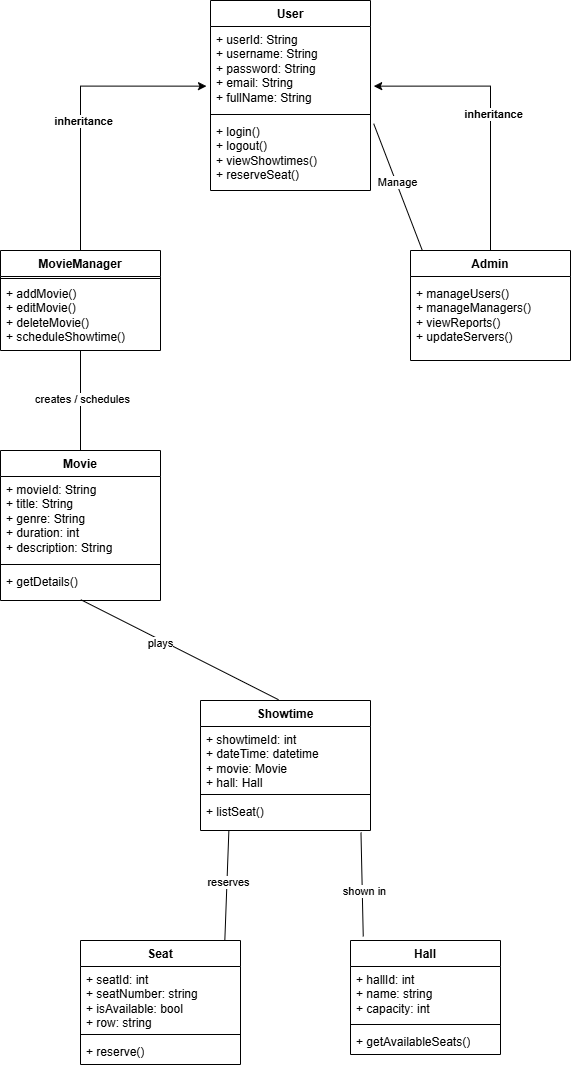
The draw.io diagram Session 3/ClassDiagram UML/ClassDiagram.drawio.png in jokar6699/Software-engineering, before a commit. Source tidied: cells renumbered, new cells last; positions are measured from the earlier drawing's top-left corner, leaving out a move shared by most shapes.
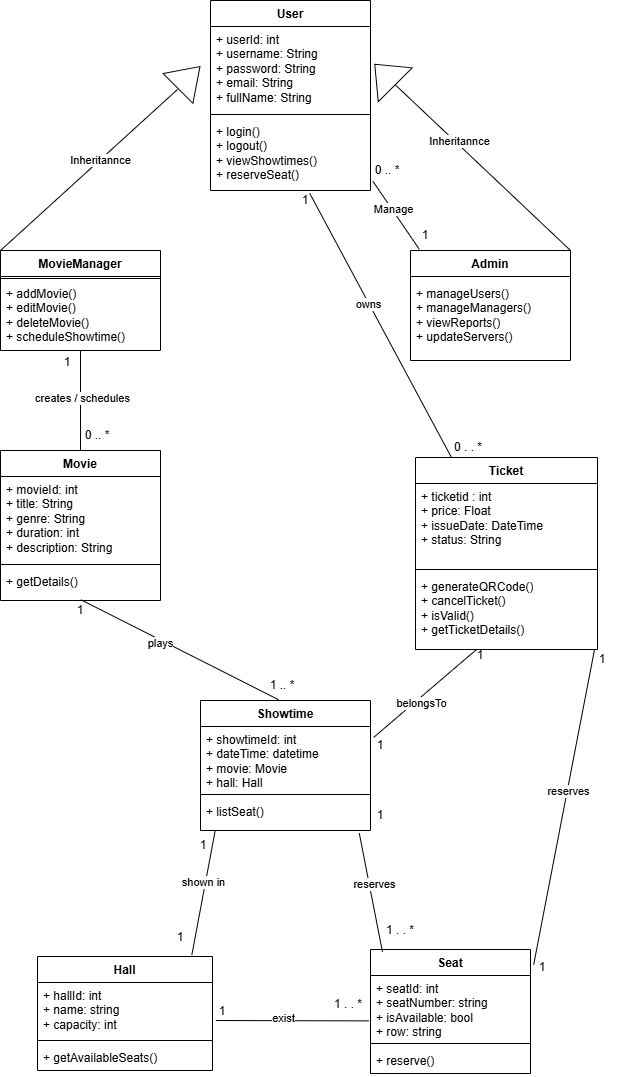
The same diagram one commit later.

What changed in the source:
```diff
@@ -5,7 +5,7 @@
     <mxCell id="2" value="User" style="swimlane;fontStyle=1;align=center;verticalAlign=top;horizontal=1;startSize=26;whiteSpace=wrap;html=1;" parent="1" vertex="1">
       <mxGeometry x="210" width="160" height="190" as="geometry" />
     </mxCell>
-    <mxCell id="3" value="&lt;div&gt;+ userId: String&lt;/div&gt;&lt;div&gt;+ username: String&lt;/div&gt;&lt;div&gt;+ password: String&lt;/div&gt;&lt;div&gt;+ email: String&lt;/div&gt;&lt;div&gt;+ fullName: String&lt;/div&gt;" style="text;strokeColor=none;fillColor=none;align=left;verticalAlign=top;spacingLeft=4;spacingRight=4;overflow=hidden;points=[[0,0.5],[1,0.5]];portConstraint=eastwest;whiteSpace=wrap;html=1;" parent="2" vertex="1">
+    <mxCell id="3" value="&lt;div&gt;+ userId: int&lt;/div&gt;&lt;div&gt;+ username: String&lt;/div&gt;&lt;div&gt;+ password: String&lt;/div&gt;&lt;div&gt;+ email: String&lt;/div&gt;&lt;div&gt;+ fullName: String&lt;/div&gt;" style="text;strokeColor=none;fillColor=none;align=left;verticalAlign=top;spacingLeft=4;spacingRight=4;overflow=hidden;points=[[0,0.5],[1,0.5]];portConstraint=eastwest;whiteSpace=wrap;html=1;" parent="2" vertex="1">
       <mxGeometry y="26" width="160" height="84" as="geometry" />
     </mxCell>
     <mxCell id="4" style="line;strokeWidth=1;fillColor=none;align=left;verticalAlign=middle;spacingTop=-1;spacingLeft=3;spacingRight=3;labelPosition=right;strokeColor=inherit;" parent="2" vertex="1">
@@ -17,7 +17,7 @@
     <mxCell id="6" value="Movie" style="swimlane;fontStyle=1;align=center;verticalAlign=top;horizontal=1;startSize=26;whiteSpace=wrap;html=1;" parent="1" vertex="1">
       <mxGeometry y="450" width="160" height="150" as="geometry" />
     </mxCell>
-    <mxCell id="7" value="&lt;div&gt;+ movieId: String&lt;/div&gt;&lt;div&gt;+ title: String&lt;/div&gt;&lt;div&gt;+ genre: String&lt;/div&gt;&lt;div&gt;+ duration: int&lt;/div&gt;&lt;div&gt;+ description: String&lt;/div&gt;" style="text;strokeColor=none;fillColor=none;align=left;verticalAlign=top;spacingLeft=4;spacingRight=4;overflow=hidden;whiteSpace=wrap;html=1;" parent="6" vertex="1">
+    <mxCell id="7" value="&lt;div&gt;+ movieId: int&lt;/div&gt;&lt;div&gt;+ title: String&lt;/div&gt;&lt;div&gt;+ genre: String&lt;/div&gt;&lt;div&gt;+ duration: int&lt;/div&gt;&lt;div&gt;+ description: String&lt;/div&gt;" style="text;strokeColor=none;fillColor=none;align=left;verticalAlign=top;spacingLeft=4;spacingRight=4;overflow=hidden;whiteSpace=wrap;html=1;" parent="6" vertex="1">
       <mxGeometry y="26" width="160" height="84" as="geometry" />
     </mxCell>
     <mxCell id="8" style="line;strokeWidth=1;fillColor=none;align=left;verticalAlign=middle;spacingTop=-1;spacingLeft=3;spacingRight=3;labelPosition=right;strokeColor=inherit;" parent="6" vertex="1">
@@ -39,7 +39,7 @@
       <mxGeometry y="98" width="170" height="32" as="geometry" />
     </mxCell>
     <mxCell id="14" value="Seat" style="swimlane;fontStyle=1;align=center;verticalAlign=top;horizontal=1;startSize=26;whiteSpace=wrap;html=1;" parent="1" vertex="1">
-      <mxGeometry x="80" y="940" width="160" height="124" as="geometry" />
+      <mxGeometry x="370" y="949" width="160" height="124" as="geometry" />
     </mxCell>
     <mxCell id="15" value="&lt;div&gt;+ seatId: int&lt;/div&gt;&lt;div&gt;+ seatNumber: string&lt;/div&gt;&lt;div&gt;+ isAvailable: bool&lt;/div&gt;&lt;div&gt;+ row: string&lt;/div&gt;&lt;div&gt;&lt;br&gt;&lt;/div&gt;" style="text;strokeColor=none;fillColor=none;align=left;verticalAlign=top;spacingLeft=4;spacingRight=4;overflow=hidden;points=[[0,0.5],[1,0.5]];portConstraint=eastwest;whiteSpace=wrap;html=1;flipH=1;" parent="14" vertex="1">
       <mxGeometry y="26" width="160" height="64" as="geometry" />
@@ -51,23 +51,17 @@
       <mxGeometry y="98" width="160" height="26" as="geometry" />
     </mxCell>
     <mxCell id="18" value="Hall" style="swimlane;fontStyle=1;align=center;verticalAlign=top;horizontal=1;startSize=26;whiteSpace=wrap;html=1;" parent="1" vertex="1">
-      <mxGeometry x="350" y="940" width="150" height="114" as="geometry" />
+      <mxGeometry x="37" y="956" width="175" height="114" as="geometry" />
     </mxCell>
     <mxCell id="19" value="&lt;div&gt;+ hallId: int&lt;/div&gt;&lt;div&gt;+ name: string&lt;/div&gt;&lt;div&gt;+ capacity: int&lt;/div&gt;" style="text;strokeColor=none;fillColor=none;align=left;verticalAlign=top;spacingLeft=4;spacingRight=4;overflow=hidden;points=[[0,0.5],[1,0.5]];portConstraint=eastwest;whiteSpace=wrap;html=1;" parent="18" vertex="1">
-      <mxGeometry y="26" width="150" height="54" as="geometry" />
+      <mxGeometry y="26" width="175" height="54" as="geometry" />
     </mxCell>
     <mxCell id="20" style="line;strokeWidth=1;fillColor=none;align=left;verticalAlign=middle;spacingTop=-1;spacingLeft=3;spacingRight=3;labelPosition=right;strokeColor=inherit;" parent="18" vertex="1">
-      <mxGeometry y="80" width="150" height="8" as="geometry" />
+      <mxGeometry y="80" width="175" height="8" as="geometry" />
     </mxCell>
     <mxCell id="21" value="+ getAvailableSeats()" style="text;strokeColor=none;fillColor=none;align=left;verticalAlign=top;spacingLeft=4;spacingRight=4;overflow=hidden;whiteSpace=wrap;html=1;" parent="18" vertex="1">
-      <mxGeometry y="88" width="150" height="26" as="geometry" />
+      <mxGeometry y="88" width="175" height="26" as="geometry" />
     </mxCell>
-    <mxCell id="22" style="edgeStyle=orthogonalEdgeStyle;rounded=0;jettySize=auto;html=1;entryX=1.02;entryY=0.71;entryDx=0;entryDy=0;entryPerimeter=0;" parent="1" edge="1" source="24" target="3">
-      <mxGeometry relative="1" as="geometry" />
-    </mxCell>
-    <mxCell id="23" value="&lt;b&gt;inheritance&lt;/b&gt;" style="edgeLabel;html=1;align=center;verticalAlign=middle;" parent="22" vertex="1">
-      <mxGeometry x="-0.02" y="-2" relative="1" as="geometry" />
-    </mxCell>
     <mxCell id="24" value="Admin" style="swimlane;fontStyle=1;align=center;verticalAlign=top;horizontal=1;startSize=26;whiteSpace=wrap;html=1;" parent="1" vertex="1">
       <mxGeometry x="410" y="250" width="160" height="110" as="geometry" />
     </mxCell>
@@ -89,12 +83,6 @@
     <mxCell id="30" value="&lt;div&gt;+ addMovie()&lt;/div&gt;&lt;div&gt;+ editMovie()&lt;/div&gt;&lt;div&gt;+ deleteMovie()&lt;/div&gt;&lt;div&gt;+ scheduleShowtime()&lt;/div&gt;" style="text;strokeColor=none;fillColor=none;align=left;verticalAlign=top;spacingLeft=4;spacingRight=4;overflow=hidden;whiteSpace=wrap;html=1;" parent="28" vertex="1">
       <mxGeometry y="30" width="160" height="70" as="geometry" />
     </mxCell>
-    <mxCell id="31" style="edgeStyle=orthogonalEdgeStyle;rounded=0;jettySize=auto;html=1;entryX=-0.025;entryY=0.71;entryDx=0;entryDy=0;entryPerimeter=0;" parent="1" edge="1" source="28" target="3">
-      <mxGeometry relative="1" as="geometry" />
-    </mxCell>
-    <mxCell id="32" value="&lt;b&gt;inheritance&lt;/b&gt;" style="edgeLabel;html=1;align=center;verticalAlign=middle;" parent="31" vertex="1">
-      <mxGeometry x="-0.1" y="-2" relative="1" as="geometry" />
-    </mxCell>
     <mxCell id="33" style="endArrow=none;html=1;rounded=0;exitX=0.5;exitY=0;exitDx=0;exitDy=0;" parent="1" edge="1" source="6">
       <mxGeometry relative="1" as="geometry">
         <mxPoint x="80" y="350" as="targetPoint" />
@@ -109,23 +97,135 @@
     <mxCell id="36" value="plays" style="edgeLabel;html=1;align=center;verticalAlign=middle;" parent="35" vertex="1">
       <mxGeometry x="0.18" y="3" relative="1" as="geometry" />
     </mxCell>
-    <mxCell id="37" style="endArrow=none;html=1;rounded=0;exitX=0.902;exitY=0;exitDx=0;exitDy=0;exitPerimeter=0;entryX=0.167;entryY=0.988;entryDx=0;entryDy=0;entryPerimeter=0;" parent="1" edge="1" source="14" target="13">
-      <mxGeometry relative="1" as="geometry" />
-    </mxCell>
-    <mxCell id="38" value="reserves" style="edgeLabel;html=1;align=center;verticalAlign=middle;" parent="37" vertex="1">
-      <mxGeometry x="0.07" y="-1" relative="1" as="geometry" />
-    </mxCell>
+    <mxCell id="43" style="triangle;whiteSpace=wrap;html=1;rotation=-45;" parent="1" vertex="1">
+      <mxGeometry x="173" y="56" width="31" height="42" as="geometry" />
+    </mxCell>
+    <mxCell id="44" style="triangle;whiteSpace=wrap;html=1;rotation=-135;" parent="1" vertex="1">
+      <mxGeometry x="370" y="50" width="29" height="48" as="geometry" />
+    </mxCell>
+    <mxCell id="45" style="endArrow=none;html=1;rounded=0;exitX=0;exitY=0;exitDx=0;exitDy=0;" parent="1" edge="1" source="28">
+      <mxGeometry relative="1" as="geometry">
+        <mxPoint x="177" y="89" as="targetPoint" />
+      </mxGeometry>
+    </mxCell>
+    <mxCell id="46" value="Inheritannce" style="edgeLabel;html=1;align=center;verticalAlign=middle;" parent="45" vertex="1">
+      <mxGeometry x="0.13" relative="1" as="geometry" />
+    </mxCell>
+    <mxCell id="47" style="endArrow=none;html=1;rounded=0;exitX=1;exitY=0;exitDx=0;exitDy=0;entryX=0;entryY=0.5;entryDx=0;entryDy=0;" parent="1" edge="1" source="24" target="44">
+      <mxGeometry relative="1" as="geometry" />
+    </mxCell>
+    <mxCell id="48" value="Inheritannce" style="edgeLabel;html=1;align=center;verticalAlign=middle;" parent="47" vertex="1">
+      <mxGeometry x="0.31" y="-3" relative="1" as="geometry" />
+    </mxCell>
+    <mxCell id="49" style="endArrow=none;html=1;rounded=0;exitX=1.015;exitY=0.872;exitDx=0;exitDy=0;exitPerimeter=0;entryX=0.055;entryY=-0.011;entryDx=0;entryDy=0;entryPerimeter=0;" parent="1" edge="1" source="5" target="24">
+      <mxGeometry relative="1" as="geometry" />
+    </mxCell>
+    <mxCell id="42" value="Manage" style="edgeLabel;html=1;align=center;verticalAlign=middle;" parent="49" vertex="1">
+      <mxGeometry x="-0.17" y="1" relative="1" as="geometry" />
+    </mxCell>
+    <mxCell id="50" value="0 .. *" style="text;html=1;align=center;verticalAlign=middle;whiteSpace=wrap;rounded=0;" parent="1" vertex="1">
+      <mxGeometry x="357" y="155" width="60" height="30" as="geometry" />
+    </mxCell>
+    <mxCell id="51" value="1" style="text;html=1;align=center;verticalAlign=middle;whiteSpace=wrap;rounded=0;" parent="1" vertex="1">
+      <mxGeometry x="395" y="220" width="60" height="30" as="geometry" />
+    </mxCell>
+    <mxCell id="52" value="1" style="text;html=1;align=center;verticalAlign=middle;whiteSpace=wrap;rounded=0;" parent="1" vertex="1">
+      <mxGeometry x="50" y="595" width="60" height="30" as="geometry" />
+    </mxCell>
+    <mxCell id="53" value="1 .. *" style="text;html=1;align=center;verticalAlign=middle;whiteSpace=wrap;rounded=0;" parent="1" vertex="1">
+      <mxGeometry x="252" y="670" width="60" height="30" as="geometry" />
+    </mxCell>
+    <mxCell id="54" value="1" style="text;html=1;align=center;verticalAlign=middle;whiteSpace=wrap;rounded=0;" parent="1" vertex="1">
+      <mxGeometry x="37" y="347" width="60" height="30" as="geometry" />
+    </mxCell>
+    <mxCell id="55" value="0 .. *" style="text;html=1;align=center;verticalAlign=middle;whiteSpace=wrap;rounded=0;" parent="1" vertex="1">
+      <mxGeometry x="67" y="420" width="60" height="30" as="geometry" />
+    </mxCell>
+    <mxCell id="56" value="Ticket" style="swimlane;fontStyle=1;align=center;verticalAlign=top;horizontal=1;startSize=26;whiteSpace=wrap;html=1;" parent="1" vertex="1">
+      <mxGeometry x="415" y="457" width="182" height="192" as="geometry" />
+    </mxCell>
+    <mxCell id="57" value="+ ticketid : int&lt;div&gt;+ price: Float&lt;/div&gt;&lt;div&gt;+ issueDate: DateTime&lt;/div&gt;&lt;div&gt;+ status: String&amp;nbsp;&lt;/div&gt;" style="text;strokeColor=none;fillColor=none;align=left;verticalAlign=top;spacingLeft=4;spacingRight=4;overflow=hidden;whiteSpace=wrap;html=1;" parent="56" vertex="1">
+      <mxGeometry y="26" width="182" height="82" as="geometry" />
+    </mxCell>
+    <mxCell id="58" style="line;strokeWidth=1;fillColor=none;align=left;verticalAlign=middle;spacingTop=-1;spacingLeft=3;spacingRight=3;labelPosition=right;strokeColor=inherit;" parent="56" vertex="1">
+      <mxGeometry y="108" width="182" height="8" as="geometry" />
+    </mxCell>
+    <mxCell id="59" value="+ generateQRCode()&lt;div&gt;+ cancelTicket()&lt;/div&gt;&lt;div&gt;+ isValid()&lt;/div&gt;&lt;div&gt;+ getTicketDetails()&lt;/div&gt;" style="text;strokeColor=none;fillColor=none;align=left;verticalAlign=top;spacingLeft=4;spacingRight=4;overflow=hidden;points=[[0,0.5],[1,0.5]];portConstraint=eastwest;whiteSpace=wrap;html=1;" parent="56" vertex="1">
+      <mxGeometry y="116" width="182" height="76" as="geometry" />
+    </mxCell>
+    <mxCell id="60" style="endArrow=none;html=1;rounded=0;entryX=0.62;entryY=1.039;entryDx=0;entryDy=0;entryPerimeter=0;exitX=0.197;exitY=-0.001;exitDx=0;exitDy=0;exitPerimeter=0;" parent="1" edge="1" source="56" target="5">
+      <mxGeometry relative="1" as="geometry" />
+    </mxCell>
+    <mxCell id="61" value="owns" style="edgeLabel;html=1;align=center;verticalAlign=middle;" parent="60" vertex="1">
+      <mxGeometry x="0.17" y="1" relative="1" as="geometry" />
+    </mxCell>
+    <mxCell id="62" value="1" style="text;html=1;align=center;verticalAlign=middle;whiteSpace=wrap;rounded=0;" parent="1" vertex="1">
+      <mxGeometry x="275" y="185" width="60" height="30" as="geometry" />
+    </mxCell>
+    <mxCell id="63" value="0 . . *" style="text;html=1;align=center;verticalAlign=middle;whiteSpace=wrap;rounded=0;" parent="1" vertex="1">
+      <mxGeometry x="438" y="432" width="60" height="30" as="geometry" />
+    </mxCell>
+    <mxCell id="64" style="endArrow=none;html=1;rounded=0;entryX=0.337;entryY=0.997;entryDx=0;entryDy=0;entryPerimeter=0;exitX=1.019;exitY=0.169;exitDx=0;exitDy=0;exitPerimeter=0;" parent="1" edge="1" source="11" target="59">
+      <mxGeometry relative="1" as="geometry" />
+    </mxCell>
+    <mxCell id="65" value="belongsTo" style="edgeLabel;html=1;align=center;verticalAlign=middle;" parent="64" vertex="1">
+      <mxGeometry x="-0.13" y="-4" relative="1" as="geometry" />
+    </mxCell>
+    <mxCell id="66" value="1" style="text;html=1;align=center;verticalAlign=middle;whiteSpace=wrap;rounded=0;" parent="1" vertex="1">
+      <mxGeometry x="450" y="640" width="60" height="30" as="geometry" />
+    </mxCell>
+    <mxCell id="67" value="1" style="text;html=1;align=center;verticalAlign=middle;whiteSpace=wrap;rounded=0;" parent="1" vertex="1">
+      <mxGeometry x="350" y="730" width="60" height="30" as="geometry" />
+    </mxCell>
-    <mxCell id="39" style="endArrow=none;html=1;rounded=0;exitX=0.085;exitY=-0.035;exitDx=0;exitDy=0;exitPerimeter=0;entryX=0.944;entryY=1.063;entryDx=0;entryDy=0;entryPerimeter=0;" parent="1" edge="1" source="18" target="13">
+    <mxCell id="39" style="endArrow=none;html=1;rounded=0;exitX=0.882;exitY=-0.014;exitDx=0;exitDy=0;exitPerimeter=0;entryX=0.087;entryY=0.987;entryDx=0;entryDy=0;entryPerimeter=0;" parent="1" edge="1" source="18" target="13">
       <mxGeometry relative="1" as="geometry" />
     </mxCell>
     <mxCell id="40" value="shown in" style="edgeLabel;html=1;align=center;verticalAlign=middle;" parent="39" vertex="1">
-      <mxGeometry x="-0.13" y="-2" relative="1" as="geometry" />
+      <mxGeometry x="0.17" y="3" relative="1" as="geometry" />
     </mxCell>
-    <mxCell id="41" style="endArrow=none;html=1;rounded=0;exitX=0.075;exitY=0.004;exitDx=0;exitDy=0;exitPerimeter=0;entryX=1.02;entryY=0.072;entryDx=0;entryDy=0;entryPerimeter=0;" parent="1" edge="1" source="24" target="5">
-      <mxGeometry relative="1" as="geometry" />
-    </mxCell>
-    <mxCell id="42" value="Manage" style="edgeLabel;html=1;align=center;verticalAlign=middle;" parent="41" vertex="1">
-      <mxGeometry x="0.07" y="-1" relative="1" as="geometry" />
-    </mxCell>
+    <mxCell id="37" style="endArrow=none;html=1;rounded=0;entryX=0.934;entryY=1.087;entryDx=0;entryDy=0;entryPerimeter=0;exitX=0.075;exitY=0.021;exitDx=0;exitDy=0;exitPerimeter=0;" parent="1" edge="1" source="14" target="13">
+      <mxGeometry relative="1" as="geometry" />
+    </mxCell>
+    <mxCell id="68" value="reserves" style="edgeLabel;html=1;align=center;verticalAlign=middle;" parent="37" vertex="1">
+      <mxGeometry x="0.15" y="-5" relative="1" as="geometry">
+        <mxPoint y="1" as="offset" />
+      </mxGeometry>
+    </mxCell>
+    <mxCell id="69" style="endArrow=none;html=1;rounded=0;entryX=1.01;entryY=0.709;entryDx=0;entryDy=0;entryPerimeter=0;exitX=1.019;exitY=0.704;exitDx=0;exitDy=0;exitPerimeter=0;" parent="1" edge="1" source="19" target="15">
+      <mxGeometry relative="1" as="geometry" />
+    </mxCell>
+    <mxCell id="70" value="exist" style="edgeLabel;html=1;align=center;verticalAlign=middle;" parent="69" vertex="1">
+      <mxGeometry x="-0.13" y="3" relative="1" as="geometry" />
+    </mxCell>
+    <mxCell id="71" style="endArrow=none;html=1;rounded=0;entryX=0.984;entryY=0.997;entryDx=0;entryDy=0;entryPerimeter=0;exitX=1.02;exitY=0.121;exitDx=0;exitDy=0;exitPerimeter=0;" parent="1" edge="1" source="14" target="59">
+      <mxGeometry relative="1" as="geometry" />
+    </mxCell>
+    <mxCell id="72" value="reserves" style="edgeLabel;html=1;align=center;verticalAlign=middle;" parent="71" vertex="1">
+      <mxGeometry x="0.1" y="-1" relative="1" as="geometry" />
+    </mxCell>
+    <mxCell id="73" value="1" style="text;html=1;align=center;verticalAlign=middle;whiteSpace=wrap;rounded=0;" parent="1" vertex="1">
+      <mxGeometry x="572" y="644" width="60" height="30" as="geometry" />
+    </mxCell>
+    <mxCell id="74" value="1" style="text;html=1;align=center;verticalAlign=middle;whiteSpace=wrap;rounded=0;" parent="1" vertex="1">
+      <mxGeometry x="512" y="952" width="60" height="30" as="geometry" />
+    </mxCell>
+    <mxCell id="75" value="1" style="text;html=1;align=center;verticalAlign=middle;whiteSpace=wrap;rounded=0;" parent="1" vertex="1">
+      <mxGeometry x="173" y="830" width="60" height="30" as="geometry" />
+    </mxCell>
+    <mxCell id="76" value="1" style="text;html=1;align=center;verticalAlign=middle;whiteSpace=wrap;rounded=0;" parent="1" vertex="1">
+      <mxGeometry x="150" y="922" width="60" height="30" as="geometry" />
+    </mxCell>
+    <mxCell id="77" value="1" style="text;html=1;align=center;verticalAlign=middle;whiteSpace=wrap;rounded=0;" parent="1" vertex="1">
+      <mxGeometry x="192" y="996" width="60" height="30" as="geometry" />
+    </mxCell>
+    <mxCell id="78" value="1 . . *" style="text;html=1;align=center;verticalAlign=middle;whiteSpace=wrap;rounded=0;" parent="1" vertex="1">
+      <mxGeometry x="318" y="989" width="60" height="30" as="geometry" />
+    </mxCell>
+    <mxCell id="79" value="1" style="text;html=1;align=center;verticalAlign=middle;whiteSpace=wrap;rounded=0;" parent="1" vertex="1">
+      <mxGeometry x="350" y="800" width="60" height="30" as="geometry" />
+    </mxCell>
+    <mxCell id="80" value="1 . . *" style="text;html=1;align=center;verticalAlign=middle;whiteSpace=wrap;rounded=0;" parent="1" vertex="1">
+      <mxGeometry x="370" y="915" width="60" height="30" as="geometry" />
+    </mxCell>
   </root>
 </mxGraphModel>
```
